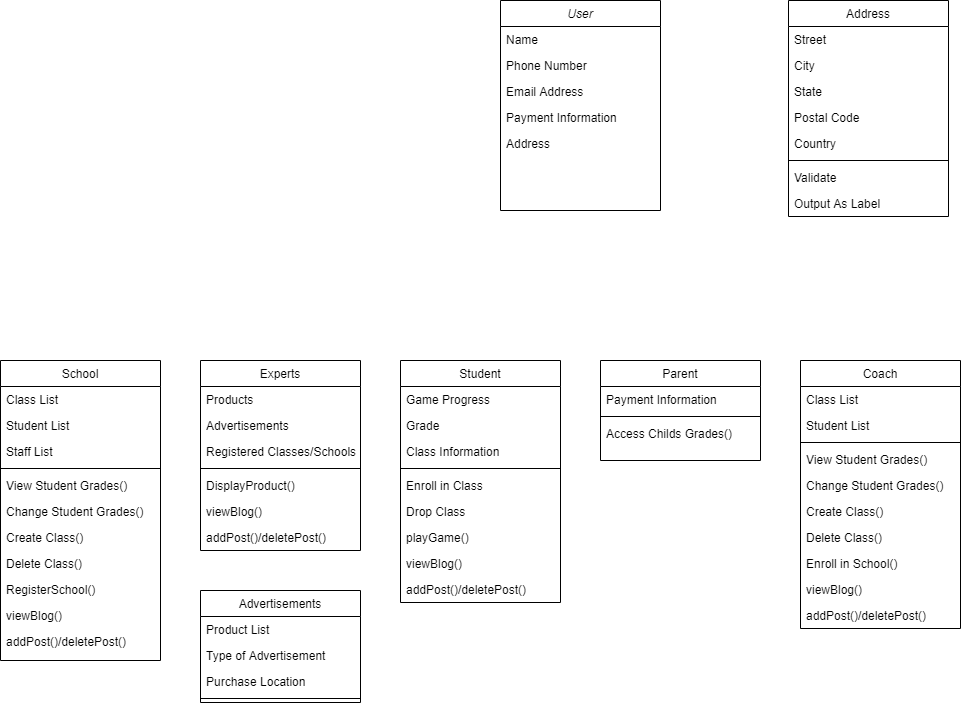
Hanandrof/Group-3-Repository keeps this draw.io diagram as Deliverables/Week_4/Class Diagram.png. Above is the earlier version. Source tidied: cells renumbered, new cells last; positions are measured from the earlier drawing's top-left corner, leaving out a move shared by most shapes.
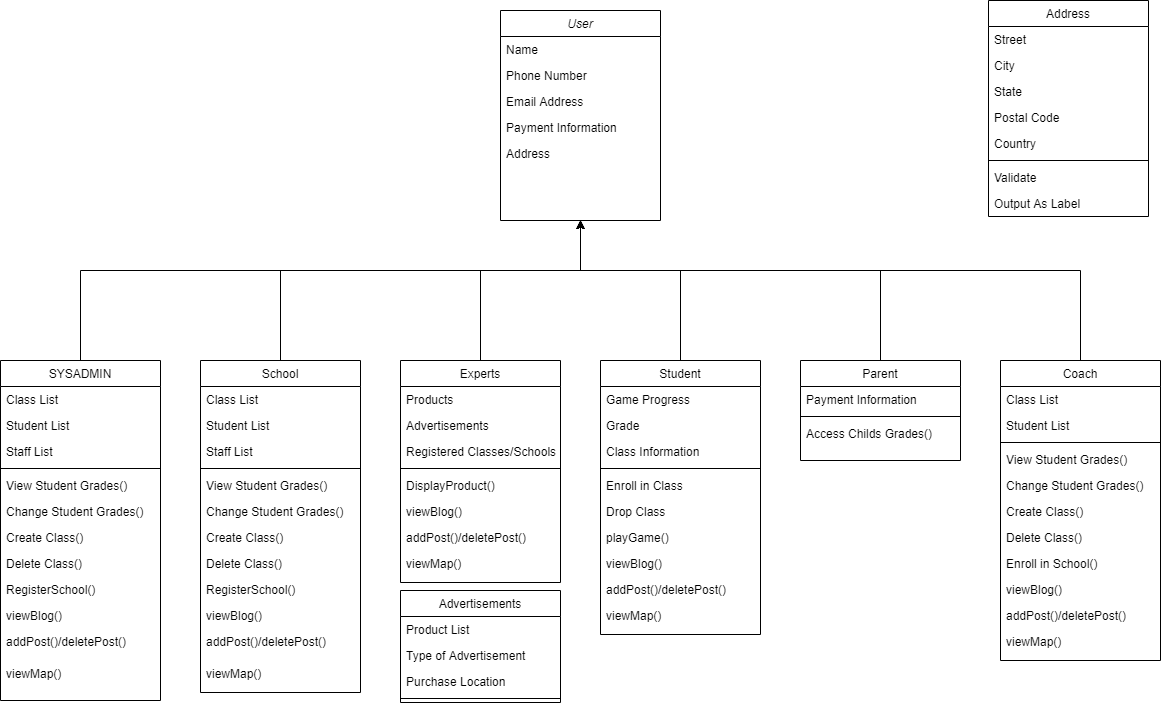
After the change.

The edit, as a diff of the source:
```diff
@@ -3,7 +3,7 @@
     <mxCell id="0" />
     <mxCell id="1" parent="0" />
     <mxCell id="2" value="User" style="swimlane;fontStyle=2;align=center;verticalAlign=top;horizontal=1;startSize=26;rounded=0;shadow=0;strokeWidth=1;" parent="1" vertex="1">
-      <mxGeometry x="500" width="160" height="210" as="geometry" />
+      <mxGeometry x="300" y="10" width="160" height="210" as="geometry" />
     </mxCell>
     <mxCell id="3" value="Name" style="text;align=left;verticalAlign=top;spacingLeft=4;spacingRight=4;overflow=hidden;" parent="2" vertex="1">
       <mxGeometry y="26" width="160" height="26" as="geometry" />
@@ -35,6 +35,14 @@
     <mxCell id="12" style="line;html=1;strokeWidth=1;align=left;verticalAlign=middle;spacingTop=-1;spacingLeft=3;spacingRight=3;labelPosition=right;" parent="8" vertex="1">
       <mxGeometry y="104" width="160" height="8" as="geometry" />
     </mxCell>
+    <mxCell id="67" style="edgeStyle=orthogonalEdgeStyle;rounded=0;jettySize=auto;html=1;entryX=0.5;entryY=1;entryDx=0;entryDy=0;" parent="1" edge="1" source="13" target="2">
+      <mxGeometry relative="1" as="geometry">
+        <Array as="points">
+          <mxPoint x="680" y="270" />
+          <mxPoint x="380" y="270" />
+        </Array>
+      </mxGeometry>
+    </mxCell>
     <mxCell id="13" value="Parent" style="swimlane;fontStyle=0;align=center;verticalAlign=top;horizontal=1;startSize=26;rounded=0;shadow=0;strokeWidth=1;" parent="1" vertex="1">
       <mxGeometry x="600" y="360" width="160" height="100" as="geometry" />
     </mxCell>
@@ -74,8 +82,16 @@
     <mxCell id="25" value="Output As Label" style="text;align=left;verticalAlign=top;spacingLeft=4;spacingRight=4;overflow=hidden;" parent="17" vertex="1">
       <mxGeometry y="190" width="160" height="26" as="geometry" />
     </mxCell>
+    <mxCell id="68" style="edgeStyle=orthogonalEdgeStyle;rounded=0;jettySize=auto;html=1;entryX=0.5;entryY=1;entryDx=0;entryDy=0;" parent="1" edge="1" source="26" target="2">
+      <mxGeometry relative="1" as="geometry">
+        <Array as="points">
+          <mxPoint x="880" y="270" />
+          <mxPoint x="380" y="270" />
+        </Array>
+      </mxGeometry>
+    </mxCell>
     <mxCell id="26" value="Coach" style="swimlane;fontStyle=0;align=center;verticalAlign=top;horizontal=1;startSize=26;rounded=0;shadow=0;strokeWidth=1;" parent="1" vertex="1">
-      <mxGeometry x="800" y="360" width="160" height="268" as="geometry" />
+      <mxGeometry x="800" y="360" width="160" height="300" as="geometry" />
     </mxCell>
     <mxCell id="27" value="Class List" style="text;align=left;verticalAlign=top;spacingLeft=4;spacingRight=4;overflow=hidden;" parent="26" vertex="1">
       <mxGeometry y="26" width="160" height="26" as="geometry" />
@@ -107,8 +123,19 @@
     <mxCell id="36" value="addPost()/deletePost()" style="text;align=left;verticalAlign=top;spacingLeft=4;spacingRight=4;overflow=hidden;rounded=0;shadow=0;html=0;" parent="26" vertex="1">
       <mxGeometry y="242" width="160" height="26" as="geometry" />
     </mxCell>
+    <mxCell id="69" value="viewMap()" style="text;align=left;verticalAlign=top;spacingLeft=4;spacingRight=4;overflow=hidden;rounded=0;shadow=0;html=0;" parent="26" vertex="1">
+      <mxGeometry y="268" width="160" height="32" as="geometry" />
+    </mxCell>
+    <mxCell id="70" style="edgeStyle=orthogonalEdgeStyle;rounded=0;jettySize=auto;html=1;entryX=0.5;entryY=1;entryDx=0;entryDy=0;" parent="1" edge="1" source="37" target="2">
+      <mxGeometry relative="1" as="geometry">
+        <Array as="points">
+          <mxPoint x="480" y="270" />
+          <mxPoint x="380" y="270" />
+        </Array>
+      </mxGeometry>
+    </mxCell>
     <mxCell id="37" value="Student" style="swimlane;fontStyle=0;align=center;verticalAlign=top;horizontal=1;startSize=26;rounded=0;shadow=0;strokeWidth=1;" parent="1" vertex="1">
-      <mxGeometry x="400" y="360" width="160" height="242" as="geometry" />
+      <mxGeometry x="400" y="360" width="160" height="274" as="geometry" />
     </mxCell>
     <mxCell id="38" value="Game Progress" style="text;align=left;verticalAlign=top;spacingLeft=4;spacingRight=4;overflow=hidden;rounded=0;shadow=0;html=0;" parent="37" vertex="1">
       <mxGeometry y="26" width="160" height="26" as="geometry" />
@@ -137,8 +164,19 @@
     <mxCell id="46" value="addPost()/deletePost()" style="text;align=left;verticalAlign=top;spacingLeft=4;spacingRight=4;overflow=hidden;rounded=0;shadow=0;html=0;" parent="37" vertex="1">
       <mxGeometry y="216" width="160" height="26" as="geometry" />
     </mxCell>
+    <mxCell id="71" value="viewMap()" style="text;align=left;verticalAlign=top;spacingLeft=4;spacingRight=4;overflow=hidden;rounded=0;shadow=0;html=0;" parent="37" vertex="1">
+      <mxGeometry y="242" width="160" height="32" as="geometry" />
+    </mxCell>
+    <mxCell id="72" style="edgeStyle=orthogonalEdgeStyle;rounded=0;jettySize=auto;html=1;entryX=0.5;entryY=1;entryDx=0;entryDy=0;" parent="1" edge="1" source="47" target="2">
+      <mxGeometry relative="1" as="geometry">
+        <Array as="points">
+          <mxPoint x="280" y="270" />
+          <mxPoint x="380" y="270" />
+        </Array>
+      </mxGeometry>
+    </mxCell>
     <mxCell id="47" value="Experts" style="swimlane;fontStyle=0;align=center;verticalAlign=top;horizontal=1;startSize=26;rounded=0;shadow=0;strokeWidth=1;" parent="1" vertex="1">
-      <mxGeometry x="200" y="360" width="160" height="190" as="geometry" />
+      <mxGeometry x="200" y="360" width="160" height="222" as="geometry" />
     </mxCell>
     <mxCell id="48" value="Products" style="text;align=left;verticalAlign=top;spacingLeft=4;spacingRight=4;overflow=hidden;rounded=0;shadow=0;html=0;" parent="47" vertex="1">
       <mxGeometry y="26" width="160" height="26" as="geometry" />
@@ -161,8 +199,19 @@
     <mxCell id="54" value="addPost()/deletePost()" style="text;align=left;verticalAlign=top;spacingLeft=4;spacingRight=4;overflow=hidden;rounded=0;shadow=0;html=0;" parent="47" vertex="1">
       <mxGeometry y="164" width="160" height="26" as="geometry" />
     </mxCell>
+    <mxCell id="73" value="viewMap()" style="text;align=left;verticalAlign=top;spacingLeft=4;spacingRight=4;overflow=hidden;rounded=0;shadow=0;html=0;" parent="47" vertex="1">
+      <mxGeometry y="190" width="160" height="32" as="geometry" />
+    </mxCell>
+    <mxCell id="74" style="edgeStyle=orthogonalEdgeStyle;rounded=0;jettySize=auto;html=1;entryX=0.5;entryY=1;entryDx=0;entryDy=0;" parent="1" edge="1" source="55" target="2">
+      <mxGeometry relative="1" as="geometry">
+        <Array as="points">
+          <mxPoint x="80" y="270" />
+          <mxPoint x="380" y="270" />
+        </Array>
+      </mxGeometry>
+    </mxCell>
     <mxCell id="55" value="School" style="swimlane;fontStyle=0;align=center;verticalAlign=top;horizontal=1;startSize=26;rounded=0;shadow=0;strokeWidth=1;" parent="1" vertex="1">
-      <mxGeometry y="360" width="160" height="300" as="geometry" />
+      <mxGeometry y="360" width="160" height="332" as="geometry" />
     </mxCell>
     <mxCell id="56" value="Class List" style="text;align=left;verticalAlign=top;spacingLeft=4;spacingRight=4;overflow=hidden;" parent="55" vertex="1">
       <mxGeometry y="26" width="160" height="26" as="geometry" />
@@ -197,5 +246,55 @@
     <mxCell id="66" value="addPost()/deletePost()" style="text;align=left;verticalAlign=top;spacingLeft=4;spacingRight=4;overflow=hidden;rounded=0;shadow=0;html=0;" parent="55" vertex="1">
       <mxGeometry y="268" width="160" height="32" as="geometry" />
     </mxCell>
+    <mxCell id="75" value="viewMap()" style="text;align=left;verticalAlign=top;spacingLeft=4;spacingRight=4;overflow=hidden;rounded=0;shadow=0;html=0;" parent="55" vertex="1">
+      <mxGeometry y="300" width="160" height="32" as="geometry" />
+    </mxCell>
+    <mxCell id="76" style="edgeStyle=orthogonalEdgeStyle;rounded=0;jettySize=auto;html=1;entryX=0.5;entryY=1;entryDx=0;entryDy=0;" parent="1" edge="1" source="77" target="2">
+      <mxGeometry relative="1" as="geometry">
+        <Array as="points">
+          <mxPoint x="-120" y="270" />
+          <mxPoint x="380" y="270" />
+        </Array>
+      </mxGeometry>
+    </mxCell>
+    <mxCell id="77" value="SYSADMIN" style="swimlane;fontStyle=0;align=center;verticalAlign=top;horizontal=1;startSize=26;rounded=0;shadow=0;strokeWidth=1;" parent="1" vertex="1">
+      <mxGeometry x="-200" y="360" width="160" height="340" as="geometry" />
+    </mxCell>
+    <mxCell id="78" value="Class List" style="text;align=left;verticalAlign=top;spacingLeft=4;spacingRight=4;overflow=hidden;" parent="77" vertex="1">
+      <mxGeometry y="26" width="160" height="26" as="geometry" />
+    </mxCell>
+    <mxCell id="79" value="Student List" style="text;align=left;verticalAlign=top;spacingLeft=4;spacingRight=4;overflow=hidden;" parent="77" vertex="1">
+      <mxGeometry y="52" width="160" height="26" as="geometry" />
+    </mxCell>
+    <mxCell id="80" value="Staff List" style="text;align=left;verticalAlign=top;spacingLeft=4;spacingRight=4;overflow=hidden;" parent="77" vertex="1">
+      <mxGeometry y="78" width="160" height="26" as="geometry" />
+    </mxCell>
+    <mxCell id="81" style="line;html=1;strokeWidth=1;align=left;verticalAlign=middle;spacingTop=-1;spacingLeft=3;spacingRight=3;labelPosition=right;" parent="77" vertex="1">
+      <mxGeometry y="104" width="160" height="8" as="geometry" />
+    </mxCell>
+    <mxCell id="82" value="View Student Grades()" style="text;align=left;verticalAlign=top;spacingLeft=4;spacingRight=4;overflow=hidden;" parent="77" vertex="1">
+      <mxGeometry y="112" width="160" height="26" as="geometry" />
+    </mxCell>
+    <mxCell id="83" value="Change Student Grades()" style="text;align=left;verticalAlign=top;spacingLeft=4;spacingRight=4;overflow=hidden;" parent="77" vertex="1">
+      <mxGeometry y="138" width="160" height="26" as="geometry" />
+    </mxCell>
+    <mxCell id="84" value="Create Class()" style="text;align=left;verticalAlign=top;spacingLeft=4;spacingRight=4;overflow=hidden;" parent="77" vertex="1">
+      <mxGeometry y="164" width="160" height="26" as="geometry" />
+    </mxCell>
+    <mxCell id="85" value="Delete Class()" style="text;align=left;verticalAlign=top;spacingLeft=4;spacingRight=4;overflow=hidden;" parent="77" vertex="1">
+      <mxGeometry y="190" width="160" height="26" as="geometry" />
+    </mxCell>
+    <mxCell id="86" value="RegisterSchool()" style="text;align=left;verticalAlign=top;spacingLeft=4;spacingRight=4;overflow=hidden;" parent="77" vertex="1">
+      <mxGeometry y="216" width="160" height="26" as="geometry" />
+    </mxCell>
+    <mxCell id="87" value="viewBlog()" style="text;align=left;verticalAlign=top;spacingLeft=4;spacingRight=4;overflow=hidden;rounded=0;shadow=0;html=0;" parent="77" vertex="1">
+      <mxGeometry y="242" width="160" height="26" as="geometry" />
+    </mxCell>
+    <mxCell id="88" value="addPost()/deletePost()" style="text;align=left;verticalAlign=top;spacingLeft=4;spacingRight=4;overflow=hidden;rounded=0;shadow=0;html=0;" parent="77" vertex="1">
+      <mxGeometry y="268" width="160" height="32" as="geometry" />
+    </mxCell>
+    <mxCell id="89" value="viewMap()" style="text;align=left;verticalAlign=top;spacingLeft=4;spacingRight=4;overflow=hidden;rounded=0;shadow=0;html=0;" parent="77" vertex="1">
+      <mxGeometry y="300" width="160" height="32" as="geometry" />
+    </mxCell>
   </root>
 </mxGraphModel>
```
